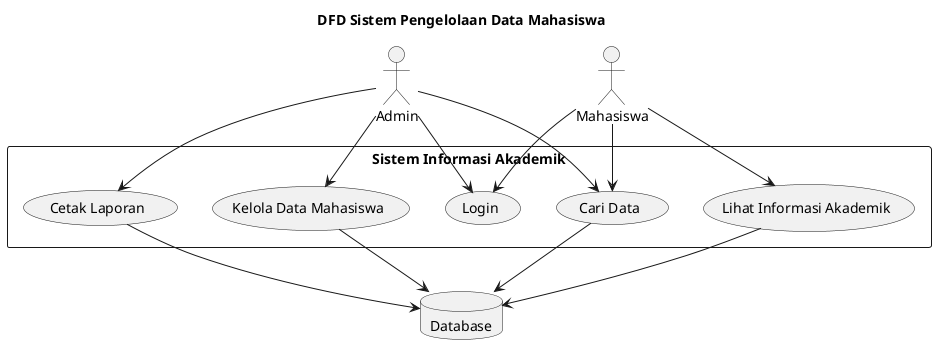
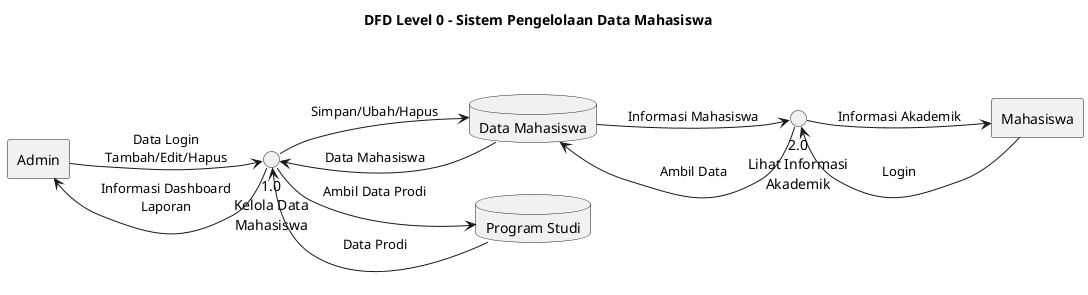
@startuml
- title DFD Sistem Pengelolaan Data Mahasiswa
+ title DFD Level 0 - Sistem Pengelolaan Data Mahasiswa

- actor Admin
- actor Mahasiswa
+ left to right direction

- rectangle "Sistem Informasi Akademik" {
+ skinparam shadowing false
+ skinparam defaultTextAlignment center
+ skinparam backgroundColor white

-   usecase "Login" as Login
-   usecase "Kelola Data Mahasiswa" as Kelola
-   usecase "Cari Data" as Cari
-   usecase "Cetak Laporan" as Cetak
-   usecase "Lihat Informasi Akademik" as Lihat
+ rectangle "Admin" as A

- }
+ circle "1.0\nKelola Data\nMahasiswa" as P1

- database "Database" as DB
+ database "Data Mahasiswa" as D1
+ database "Program Studi" as D2

- Admin --> Login
- Admin --> Kelola
- Admin --> Cari
- Admin --> Cetak
+ circle "2.0\nLihat Informasi\nAkademik" as P2

- Mahasiswa --> Login
- Mahasiswa --> Lihat
- Mahasiswa --> Cari
+ rectangle "Mahasiswa" as M

- Kelola --> DB
- Cari --> DB
- Cetak --> DB
- Lihat --> DB
+ 
+ ' ===== Layout paksa =====
+ 
+ A -[hidden]right- P1
+ P1 -[hidden]right- D1
+ D1 -[hidden]right- D2
+ D1 -[hidden]down- P2
+ P2 -[hidden]down- M
+ 
+ 
+ ' ===== Aliran Data =====
+ 
+ A --> P1 : Data Login\nTambah/Edit/Hapus
+ 
+ P1 --> A : Informasi Dashboard\nLaporan
+ 
+ 
+ P1 --> D1 : Simpan/Ubah/Hapus
+ D1 --> P1 : Data Mahasiswa
+ 
+ 
+ P1 --> D2 : Ambil Data Prodi
+ D2 --> P1 : Data Prodi
+ 
+ 
+ P2 --> D1 : Ambil Data
+ D1 --> P2 : Informasi Mahasiswa
+ 
+ 
+ M --> P2 : Login
+ P2 --> M : Informasi Akademik

@enduml